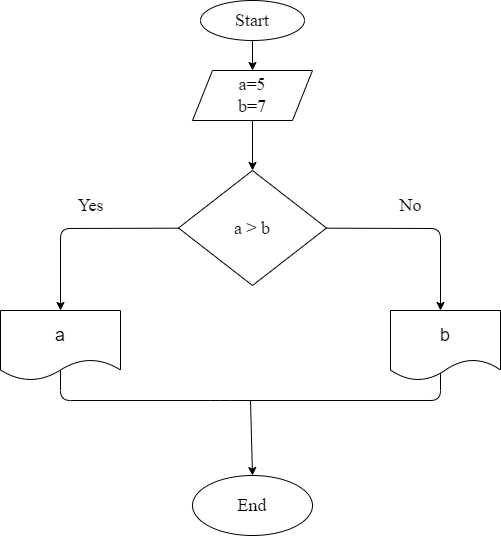
Fearenok/Homework keeps this draw.io diagram as Ex001/ex001.drawio.png. Above is the earlier version. Source tidied: cells renumbered, new cells last; positions are measured from the earlier drawing's top-left corner, leaving out a move shared by most shapes.
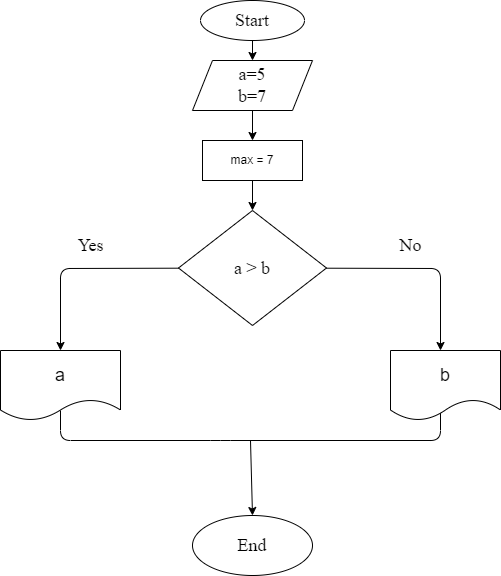
Later version of the same file.

What changed in the source:
```diff
@@ -6,13 +6,13 @@
       <mxGeometry relative="1" as="geometry" />
     </mxCell>
     <mxCell id="3" value="Start" style="ellipse;whiteSpace=wrap;html=1;fontFamily=Times New Roman;fontSize=18;" parent="1" vertex="1">
-      <mxGeometry x="200" width="104" height="40" as="geometry" />
+      <mxGeometry x="200" y="-40" width="104" height="40" as="geometry" />
     </mxCell>
-    <mxCell id="4" style="edgeStyle=none;html=1;fontFamily=Times New Roman;fontSize=18;" parent="1" edge="1" source="5" target="8">
-      <mxGeometry relative="1" as="geometry" />
-    </mxCell>
+    <mxCell id="16" style="edgeStyle=none;html=1;exitX=0.5;exitY=1;exitDx=0;exitDy=0;entryX=0.5;entryY=0;entryDx=0;entryDy=0;" parent="1" edge="1" source="5" target="18">
+      <mxGeometry relative="1" as="geometry" />
+    </mxCell>
     <mxCell id="5" value="a=5&lt;br&gt;b=7" style="shape=parallelogram;perimeter=parallelogramPerimeter;whiteSpace=wrap;html=1;fixedSize=1;fontSize=18;fontFamily=Times New Roman;" parent="1" vertex="1">
-      <mxGeometry x="192" y="70" width="120" height="50" as="geometry" />
+      <mxGeometry x="192" y="20" width="120" height="50" as="geometry" />
     </mxCell>
     <mxCell id="6" style="edgeStyle=none;html=1;fontFamily=Times New Roman;fontSize=18;" parent="1" edge="1" source="8">
       <mxGeometry relative="1" as="geometry">
@@ -64,5 +64,11 @@
     <mxCell id="15" value="&lt;font style=&quot;font-size: 18px&quot;&gt;b&lt;/font&gt;" style="shape=document;whiteSpace=wrap;html=1;boundedLbl=1;" parent="1" vertex="1">
       <mxGeometry x="390" y="310" width="110" height="70" as="geometry" />
     </mxCell>
+    <mxCell id="17" style="edgeStyle=none;html=1;exitX=0.5;exitY=1;exitDx=0;exitDy=0;entryX=0.5;entryY=0;entryDx=0;entryDy=0;" parent="1" edge="1" source="18" target="8">
+      <mxGeometry relative="1" as="geometry" />
+    </mxCell>
+    <mxCell id="18" value="max = 7" style="whiteSpace=wrap;html=1;" parent="1" vertex="1">
+      <mxGeometry x="202" y="100" width="100" height="40" as="geometry" />
+    </mxCell>
   </root>
 </mxGraphModel>
```
